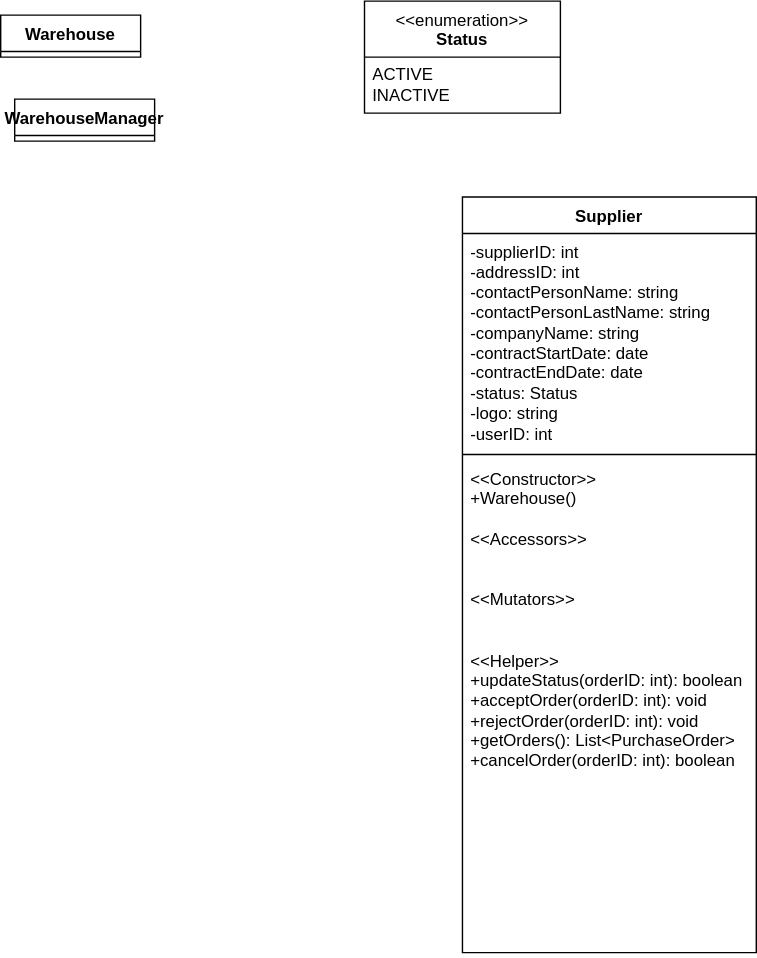
The draw.io diagram nsirh-classes.svg in Simamkele88/IFM3_GP, before a commit. Source tidied: cells renumbered, new cells last; positions are measured from the earlier drawing's top-left corner, leaving out a move shared by most shapes.
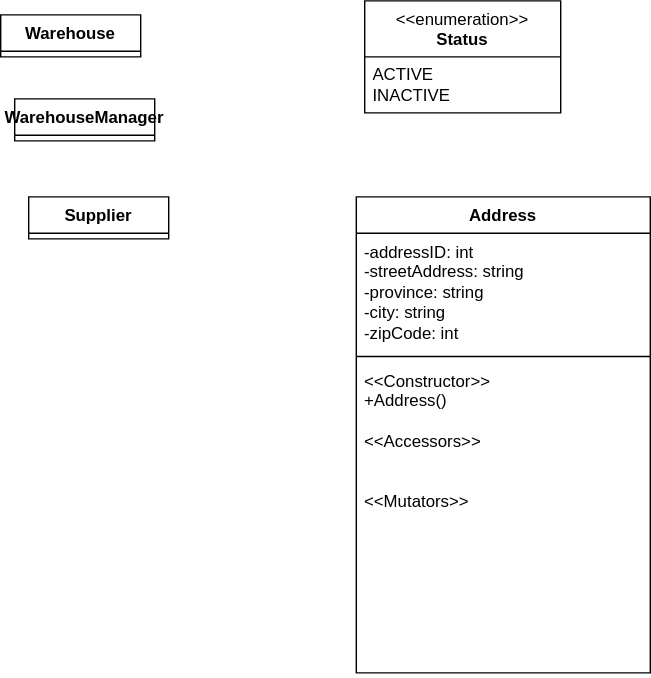
After the commit.

The edit, as a diff of the source:
```diff
@@ -14,17 +14,20 @@
     <mxCell id="5" value="WarehouseManager" style="swimlane;fontStyle=1;align=center;verticalAlign=top;horizontal=1;startSize=26;whiteSpace=wrap;html=1;" parent="1" vertex="1" collapsed="1">
       <mxGeometry x="10" y="70" width="100" height="30" as="geometry" />
     </mxCell>
-    <mxCell id="6" value="Supplier" style="swimlane;fontStyle=1;align=center;verticalAlign=top;horizontal=1;startSize=26;whiteSpace=wrap;html=1;" parent="1" vertex="1">
-      <mxGeometry x="330" y="140" width="210" height="540" as="geometry" />
+    <mxCell id="6" value="Supplier" style="swimlane;fontStyle=1;align=center;verticalAlign=top;horizontal=1;startSize=26;whiteSpace=wrap;html=1;" parent="1" vertex="1" collapsed="1">
+      <mxGeometry x="20" y="140" width="100" height="30" as="geometry" />
     </mxCell>
-    <mxCell id="7" value="-supplierID: int&lt;div&gt;-addressID: int&lt;/div&gt;&lt;div&gt;-contactPersonName: string&lt;/div&gt;&lt;div&gt;-contactPersonLastName: string&lt;/div&gt;&lt;div&gt;-companyName: string&lt;/div&gt;&lt;div&gt;-contractStartDate: date&lt;/div&gt;&lt;div&gt;-contractEndDate: date&lt;/div&gt;&lt;div&gt;-status: Status&lt;/div&gt;&lt;div&gt;-logo: string&lt;/div&gt;&lt;div&gt;-userID: int&lt;/div&gt;" style="text;strokeColor=none;fillColor=none;align=left;verticalAlign=top;spacingLeft=4;spacingRight=4;overflow=hidden;whiteSpace=wrap;html=1;" parent="6" vertex="1">
-      <mxGeometry y="26" width="210" height="154" as="geometry" />
-    </mxCell>
-    <mxCell id="8" style="line;strokeWidth=1;fillColor=none;align=left;verticalAlign=middle;spacingTop=-1;spacingLeft=3;spacingRight=3;labelPosition=right;strokeColor=inherit;" parent="6" vertex="1">
-      <mxGeometry y="180" width="210" height="8" as="geometry" />
-    </mxCell>
-    <mxCell id="9" value="&amp;lt;&amp;lt;Constructor&amp;gt;&amp;gt;&lt;div&gt;+Warehouse()&lt;/div&gt;&lt;div&gt;&lt;br&gt;&lt;/div&gt;&lt;div&gt;&amp;lt;&amp;lt;Accessors&amp;gt;&amp;gt;&lt;/div&gt;&lt;div&gt;&lt;br&gt;&lt;/div&gt;&lt;div&gt;&lt;br&gt;&lt;/div&gt;&lt;div&gt;&amp;lt;&amp;lt;Mutators&amp;gt;&amp;gt;&lt;/div&gt;&lt;div&gt;&lt;br&gt;&lt;/div&gt;&lt;div&gt;&lt;br&gt;&lt;/div&gt;&lt;div&gt;&amp;lt;&amp;lt;Helper&amp;gt;&amp;gt;&lt;/div&gt;&lt;div&gt;+updateStatus(orderID: int): boolean&lt;/div&gt;&lt;div&gt;+acceptOrder(orderID: int): void&lt;/div&gt;&lt;div&gt;+rejectOrder(orderID: int): void&lt;/div&gt;&lt;div&gt;+getOrders(): List&amp;lt;PurchaseOrder&amp;gt;&lt;/div&gt;&lt;div&gt;+cancelOrder(orderID: int): boolean&lt;/div&gt;&lt;div&gt;&lt;br&gt;&lt;/div&gt;" style="text;strokeColor=none;fillColor=none;align=left;verticalAlign=top;spacingLeft=4;spacingRight=4;overflow=hidden;whiteSpace=wrap;html=1;" parent="6" vertex="1">
-      <mxGeometry y="188" width="210" height="352" as="geometry" />
-    </mxCell>
+    <mxCell id="10" value="Address" style="swimlane;fontStyle=1;align=center;verticalAlign=top;horizontal=1;startSize=26;whiteSpace=wrap;html=1;" parent="1" vertex="1">
+      <mxGeometry x="254" y="140" width="210" height="340" as="geometry" />
+    </mxCell>
+    <mxCell id="11" value="-addressID: int&lt;div&gt;-streetAddress: string&lt;/div&gt;&lt;div&gt;-province: string&lt;/div&gt;&lt;div&gt;-city: string&lt;/div&gt;&lt;div&gt;-zipCode: int&lt;/div&gt;" style="text;strokeColor=none;fillColor=none;align=left;verticalAlign=top;spacingLeft=4;spacingRight=4;overflow=hidden;whiteSpace=wrap;html=1;" parent="10" vertex="1">
+      <mxGeometry y="26" width="210" height="84" as="geometry" />
+    </mxCell>
+    <mxCell id="12" style="line;strokeWidth=1;fillColor=none;align=left;verticalAlign=middle;spacingTop=-1;spacingLeft=3;spacingRight=3;labelPosition=right;strokeColor=inherit;" parent="10" vertex="1">
+      <mxGeometry y="110" width="210" height="8" as="geometry" />
+    </mxCell>
+    <mxCell id="13" value="&amp;lt;&amp;lt;Constructor&amp;gt;&amp;gt;&lt;div&gt;+Address()&lt;/div&gt;&lt;div&gt;&lt;br&gt;&lt;/div&gt;&lt;div&gt;&amp;lt;&amp;lt;Accessors&amp;gt;&amp;gt;&lt;/div&gt;&lt;div&gt;&lt;br&gt;&lt;/div&gt;&lt;div&gt;&lt;br&gt;&lt;/div&gt;&lt;div&gt;&amp;lt;&amp;lt;Mutators&amp;gt;&amp;gt;&lt;/div&gt;&lt;div&gt;&lt;br&gt;&lt;/div&gt;&lt;div&gt;&lt;br&gt;&lt;/div&gt;" style="text;strokeColor=none;fillColor=none;align=left;verticalAlign=top;spacingLeft=4;spacingRight=4;overflow=hidden;whiteSpace=wrap;html=1;" parent="10" vertex="1">
+      <mxGeometry y="118" width="210" height="222" as="geometry" />
+    </mxCell>
   </root>
 </mxGraphModel>
```
